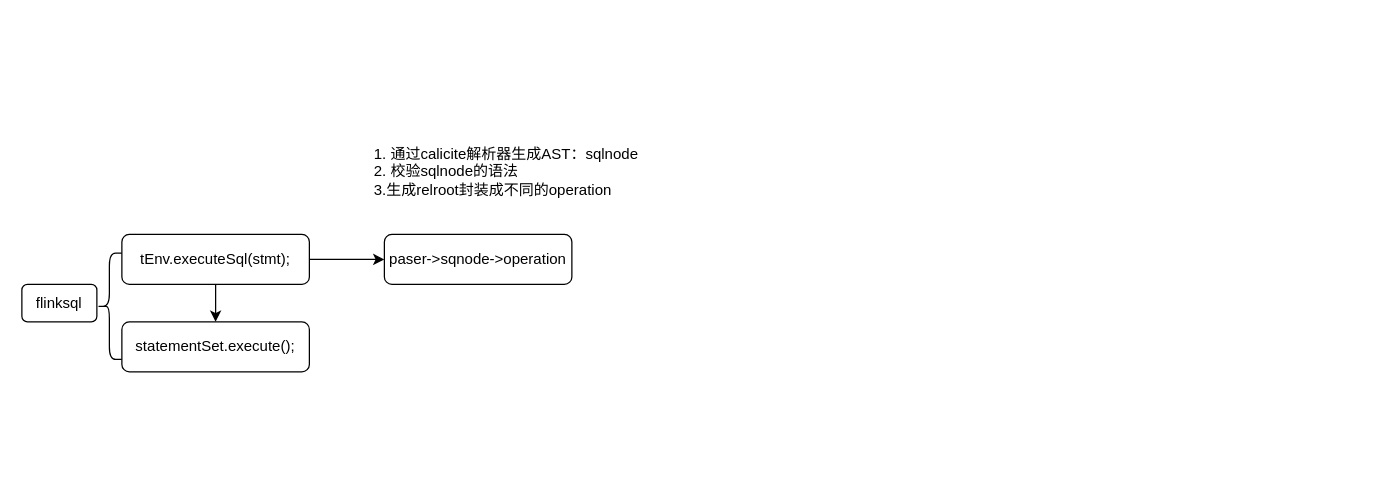
Earlier version of the draw.io diagram flink sql源码.drawio (david-gao1/diagrams). Source tidied: cells renumbered, new cells numbered last; positions are measured from the earlier drawing's top-left corner, leaving out a move shared by most shapes. Both pictures are drawn from the tidied source at 125%, with x=0, y=0 at pixel (21, 134).
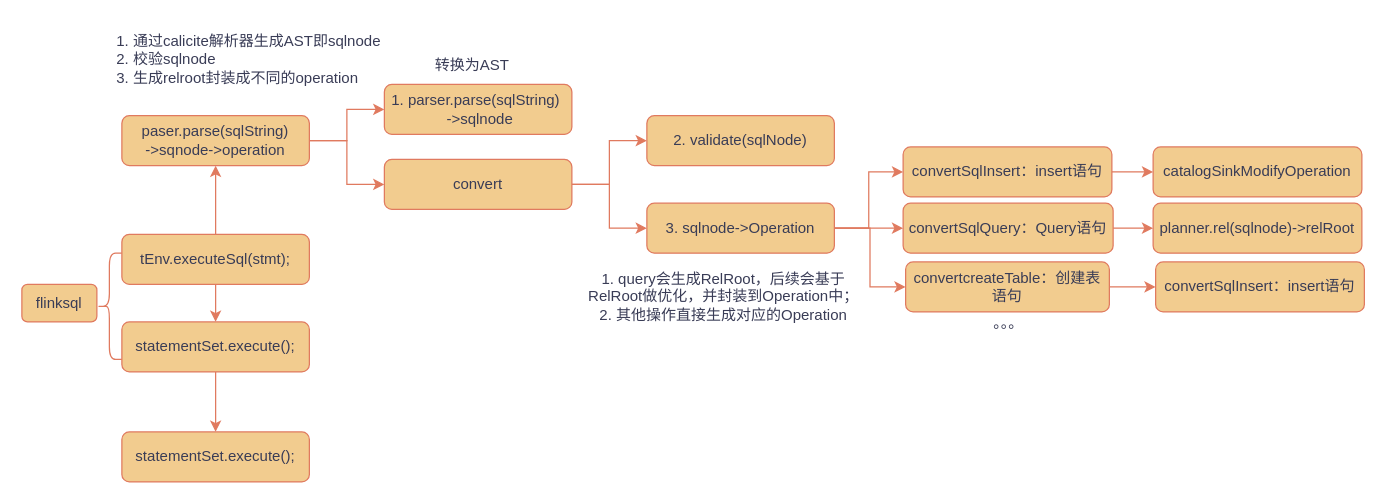
The same page after the edit.

The edit, as a diff of the source:
```diff
@@
-    <mxCell id="2" value="flinksql" style="rounded=1;whiteSpace=wrap;html=1;" parent="1" vertex="1">
+    <mxCell id="2" value="flinksql" style="rounded=1;whiteSpace=wrap;html=1;labelBackgroundColor=none;fillColor=#F2CC8F;strokeColor=#E07A5F;fontColor=#393C56;" parent="1" vertex="1">
       <mxGeometry y="120" width="60" height="30" as="geometry" />
     </mxCell>
-    <mxCell id="3" style="shape=curlyBracket;whiteSpace=wrap;html=1;rounded=1;labelPosition=left;verticalLabelPosition=middle;align=right;verticalAlign=middle;" parent="1" vertex="1">
+    <mxCell id="3" style="shape=curlyBracket;whiteSpace=wrap;html=1;rounded=1;labelPosition=left;verticalLabelPosition=middle;align=right;verticalAlign=middle;labelBackgroundColor=none;fillColor=#F2CC8F;strokeColor=#E07A5F;fontColor=#393C56;" parent="1" vertex="1">
       <mxGeometry x="60" y="95" width="20" height="85" as="geometry" />
     </mxCell>
-    <mxCell id="4" style="edgeStyle=orthogonalEdgeStyle;rounded=0;jettySize=auto;html=1;" parent="1" edge="1" source="6" target="7">
+    <mxCell id="4" style="edgeStyle=orthogonalEdgeStyle;rounded=0;jettySize=auto;html=1;labelBackgroundColor=none;strokeColor=#E07A5F;fontColor=default;" parent="1" edge="1" source="6" target="7">
       <mxGeometry relative="1" as="geometry" />
     </mxCell>
-    <mxCell id="5" style="edgeStyle=orthogonalEdgeStyle;rounded=0;jettySize=auto;html=1;" parent="1" edge="1" source="6" target="8">
+    <mxCell id="5" style="edgeStyle=orthogonalEdgeStyle;rounded=0;jettySize=auto;html=1;labelBackgroundColor=none;strokeColor=#E07A5F;fontColor=default;" parent="1" edge="1" source="6" target="8">
       <mxGeometry relative="1" as="geometry" />
     </mxCell>
-    <mxCell id="6" value="tEnv.executeSql(stmt);" style="rounded=1;whiteSpace=wrap;html=1;" parent="1" vertex="1">
+    <mxCell id="6" value="tEnv.executeSql(stmt);" style="rounded=1;whiteSpace=wrap;html=1;labelBackgroundColor=none;fillColor=#F2CC8F;strokeColor=#E07A5F;fontColor=#393C56;" parent="1" vertex="1">
       <mxGeometry x="80" y="80" width="150" height="40" as="geometry" />
     </mxCell>
+    <mxCell id="10" style="edgeStyle=orthogonalEdgeStyle;rounded=0;jettySize=auto;html=1;strokeColor=#E07A5F;fontColor=#393C56;fillColor=#F2CC8F;" parent="1" edge="1" source="7" target="30">
+      <mxGeometry relative="1" as="geometry" />
+    </mxCell>
-    <mxCell id="7" value="statementSet.execute();" style="rounded=1;whiteSpace=wrap;html=1;" parent="1" vertex="1">
+    <mxCell id="7" value="statementSet.execute();" style="rounded=1;whiteSpace=wrap;html=1;labelBackgroundColor=none;fillColor=#F2CC8F;strokeColor=#E07A5F;fontColor=#393C56;" parent="1" vertex="1">
       <mxGeometry x="80" y="150" width="150" height="40" as="geometry" />
     </mxCell>
+    <mxCell id="11" style="edgeStyle=orthogonalEdgeStyle;rounded=0;jettySize=auto;html=1;strokeColor=#E07A5F;fontColor=#393C56;fillColor=#F2CC8F;" parent="1" edge="1" source="8" target="13">
+      <mxGeometry relative="1" as="geometry" />
+    </mxCell>
+    <mxCell id="12" style="edgeStyle=orthogonalEdgeStyle;rounded=0;jettySize=auto;html=1;strokeColor=#E07A5F;fontColor=#393C56;fillColor=#F2CC8F;" parent="1" edge="1" source="8" target="16">
+      <mxGeometry relative="1" as="geometry" />
+    </mxCell>
-    <mxCell id="8" value="paser-&amp;gt;sqnode-&amp;gt;operation" style="rounded=1;whiteSpace=wrap;html=1;" parent="1" vertex="1">
-      <mxGeometry x="290" y="80" width="150" height="40" as="geometry" />
+    <mxCell id="8" value="paser.parse(sqlString)&lt;br&gt;-&amp;gt;sqnode-&amp;gt;operation" style="rounded=1;whiteSpace=wrap;html=1;labelBackgroundColor=none;fillColor=#F2CC8F;strokeColor=#E07A5F;fontColor=#393C56;" parent="1" vertex="1">
+      <mxGeometry x="80" y="-15" width="150" height="40" as="geometry" />
     </mxCell>
-    <mxCell id="9" value="1. 通过calicite解析器生成AST：sqlnode&lt;br&gt;2. 校验sqlnode的语法&lt;br&gt;3.生成relroot封装成不同的operation" style="text;html=1;align=left;verticalAlign=middle;strokeColor=none;fillColor=none;" parent="1" vertex="1">
-      <mxGeometry x="280" width="230" height="60" as="geometry" />
+    <mxCell id="9" value="1. 通过calicite解析器生成AST即sqlnode&lt;br&gt;2. 校验sqlnode&lt;br&gt;3. 生成relroot封装成不同的operation" style="text;html=1;align=left;verticalAlign=middle;strokeColor=none;fillColor=none;labelBackgroundColor=none;fontColor=#393C56;" parent="1" vertex="1">
+      <mxGeometry x="74" y="-90" width="230" height="60" as="geometry" />
     </mxCell>
+    <mxCell id="13" value="1. parser.parse(sqlString)&amp;nbsp; &amp;nbsp;-&amp;gt;sqlnode" style="rounded=1;whiteSpace=wrap;html=1;labelBackgroundColor=none;fillColor=#F2CC8F;strokeColor=#E07A5F;fontColor=#393C56;" parent="1" vertex="1">
+      <mxGeometry x="290" y="-40" width="150" height="40" as="geometry" />
+    </mxCell>
+    <mxCell id="14" style="edgeStyle=orthogonalEdgeStyle;rounded=0;jettySize=auto;html=1;strokeColor=#E07A5F;fontColor=#393C56;fillColor=#F2CC8F;" parent="1" edge="1" source="16" target="17">
+      <mxGeometry relative="1" as="geometry" />
+    </mxCell>
+    <mxCell id="15" style="edgeStyle=orthogonalEdgeStyle;rounded=0;jettySize=auto;html=1;strokeColor=#E07A5F;fontColor=#393C56;fillColor=#F2CC8F;" parent="1" edge="1" source="16" target="21">
+      <mxGeometry relative="1" as="geometry" />
+    </mxCell>
+    <mxCell id="16" value="convert" style="rounded=1;whiteSpace=wrap;html=1;labelBackgroundColor=none;fillColor=#F2CC8F;strokeColor=#E07A5F;fontColor=#393C56;" parent="1" vertex="1">
+      <mxGeometry x="290" y="20" width="150" height="40" as="geometry" />
+    </mxCell>
+    <mxCell id="17" value="2. validate(sqlNode)" style="rounded=1;whiteSpace=wrap;html=1;labelBackgroundColor=none;fillColor=#F2CC8F;strokeColor=#E07A5F;fontColor=#393C56;" parent="1" vertex="1">
+      <mxGeometry x="500" y="-15" width="150" height="40" as="geometry" />
+    </mxCell>
+    <mxCell id="18" style="edgeStyle=orthogonalEdgeStyle;rounded=0;jettySize=auto;html=1;entryX=0;entryY=0.5;entryDx=0;entryDy=0;strokeColor=#E07A5F;fontColor=#393C56;fillColor=#F2CC8F;" parent="1" edge="1" source="21" target="24">
+      <mxGeometry relative="1" as="geometry" />
+    </mxCell>
+    <mxCell id="19" style="edgeStyle=orthogonalEdgeStyle;rounded=0;jettySize=auto;html=1;strokeColor=#E07A5F;fontColor=#393C56;fillColor=#F2CC8F;" parent="1" edge="1" source="21" target="26">
+      <mxGeometry relative="1" as="geometry" />
+    </mxCell>
+    <mxCell id="20" style="edgeStyle=orthogonalEdgeStyle;rounded=0;jettySize=auto;html=1;entryX=0;entryY=0.5;entryDx=0;entryDy=0;strokeColor=#E07A5F;fontColor=#393C56;fillColor=#F2CC8F;" parent="1" edge="1" source="21" target="28">
+      <mxGeometry relative="1" as="geometry" />
+    </mxCell>
+    <mxCell id="21" value="3. sqlnode-&amp;gt;Operation" style="rounded=1;whiteSpace=wrap;html=1;labelBackgroundColor=none;fillColor=#F2CC8F;strokeColor=#E07A5F;fontColor=#393C56;" parent="1" vertex="1">
+      <mxGeometry x="500" y="55" width="150" height="40" as="geometry" />
+    </mxCell>
+    <mxCell id="22" value="转换为AST" style="text;html=1;align=center;verticalAlign=middle;strokeColor=none;fillColor=none;fontColor=#393C56;" parent="1" vertex="1">
+      <mxGeometry x="320" y="-70" width="80" height="30" as="geometry" />
+    </mxCell>
+    <mxCell id="23" value="1. query会生成RelRoot，后续会基于&lt;br&gt;RelRoot做优化，并封装到Operation中；&lt;br&gt;2. 其他操作直接生成对应的Operation" style="text;html=1;align=center;verticalAlign=middle;strokeColor=none;fillColor=none;fontColor=#393C56;" parent="1" vertex="1">
+      <mxGeometry x="444" y="102" width="234" height="55" as="geometry" />
+    </mxCell>
+    <mxCell id="24" value="convertSqlInsert：insert语句" style="rounded=1;whiteSpace=wrap;html=1;labelBackgroundColor=none;fillColor=#F2CC8F;strokeColor=#E07A5F;fontColor=#393C56;" parent="1" vertex="1">
+      <mxGeometry x="705" y="10" width="167" height="40" as="geometry" />
+    </mxCell>
+    <mxCell id="25" style="edgeStyle=orthogonalEdgeStyle;rounded=0;jettySize=auto;html=1;entryX=0;entryY=0.5;entryDx=0;entryDy=0;strokeColor=#E07A5F;fontColor=#393C56;fillColor=#F2CC8F;" parent="1" edge="1" source="26" target="31">
+      <mxGeometry relative="1" as="geometry" />
+    </mxCell>
+    <mxCell id="26" value="convertSqlQuery：Query语句" style="rounded=1;whiteSpace=wrap;html=1;labelBackgroundColor=none;fillColor=#F2CC8F;strokeColor=#E07A5F;fontColor=#393C56;" parent="1" vertex="1">
+      <mxGeometry x="705" y="55" width="168" height="40" as="geometry" />
+    </mxCell>
+    <mxCell id="27" style="edgeStyle=orthogonalEdgeStyle;rounded=0;jettySize=auto;html=1;strokeColor=#E07A5F;fontColor=#393C56;fillColor=#F2CC8F;" parent="1" edge="1" source="28" target="32">
+      <mxGeometry relative="1" as="geometry" />
+    </mxCell>
+    <mxCell id="28" value="convertcreateTable：创建表语句" style="rounded=1;whiteSpace=wrap;html=1;labelBackgroundColor=none;fillColor=#F2CC8F;strokeColor=#E07A5F;fontColor=#393C56;" parent="1" vertex="1">
+      <mxGeometry x="707" y="102" width="163" height="40" as="geometry" />
+    </mxCell>
+    <mxCell id="29" value="。。。" style="text;html=1;align=center;verticalAlign=middle;strokeColor=none;fillColor=none;fontColor=#393C56;" parent="1" vertex="1">
+      <mxGeometry x="762" y="138" width="54" height="26" as="geometry" />
+    </mxCell>
+    <mxCell id="30" value="statementSet.execute();" style="rounded=1;whiteSpace=wrap;html=1;labelBackgroundColor=none;fillColor=#F2CC8F;strokeColor=#E07A5F;fontColor=#393C56;" parent="1" vertex="1">
+      <mxGeometry x="80" y="238" width="150" height="40" as="geometry" />
+    </mxCell>
+    <mxCell id="31" value="planner.rel(sqlnode)-&amp;gt;relRoot" style="rounded=1;whiteSpace=wrap;html=1;labelBackgroundColor=none;fillColor=#F2CC8F;strokeColor=#E07A5F;fontColor=#393C56;" parent="1" vertex="1">
+      <mxGeometry x="905" y="55" width="167" height="40" as="geometry" />
+    </mxCell>
+    <mxCell id="32" value="convertSqlInsert：insert语句" style="rounded=1;whiteSpace=wrap;html=1;labelBackgroundColor=none;fillColor=#F2CC8F;strokeColor=#E07A5F;fontColor=#393C56;" parent="1" vertex="1">
+      <mxGeometry x="907" y="102" width="167" height="40" as="geometry" />
+    </mxCell>
+    <mxCell id="33" style="edgeStyle=orthogonalEdgeStyle;rounded=0;jettySize=auto;html=1;strokeColor=#E07A5F;fontColor=#393C56;fillColor=#F2CC8F;" parent="1" edge="1" source="24" target="34">
+      <mxGeometry relative="1" as="geometry" />
+    </mxCell>
+    <mxCell id="34" value="catalogSinkModifyOperation" style="rounded=1;whiteSpace=wrap;html=1;labelBackgroundColor=none;fillColor=#F2CC8F;strokeColor=#E07A5F;fontColor=#393C56;" parent="1" vertex="1">
+      <mxGeometry x="905" y="10" width="167" height="40" as="geometry" />
+    </mxCell>
```
